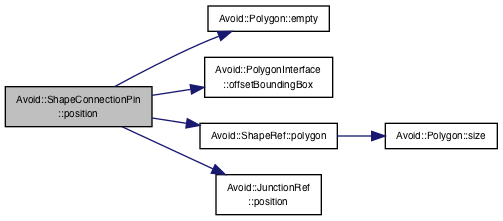
Above: documentation/classAvoid_1_1ShapeConnectionPin_a68fb685af93fee972b116334b0d314fa_cgraph.png in mjwybrow/adaptagrams (Graphviz), before the change. Its source is kept beside it as documentation/classAvoid_1_1ShapeConnectionPin_a68fb685af93fee972b116334b0d314fa_cgraph.dot.
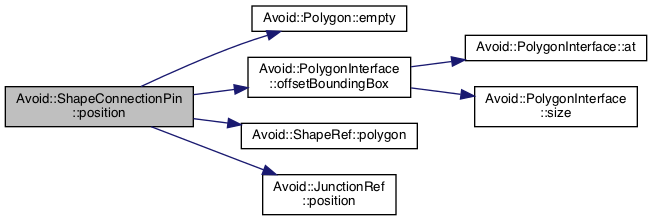
Later version of the same file.

Diff of the diagram source:
```diff
@@ -3,15 +3,17 @@
   edge [fontname="Helvetica",fontsize="10",labelfontname="Helvetica",labelfontsize="10"];
   node [fontname="Helvetica",fontsize="10",shape=record];
   rankdir="LR";
-  Node38 [label="Avoid::ShapeConnectionPin\l::position",height=0.2,width=0.4,color="black", fillcolor="grey75", style="filled", fontcolor="black"];
-  Node38 -> Node39 [color="midnightblue",fontsize="10",style="solid",fontname="Helvetica"];
-  Node39 [label="Avoid::Polygon::empty",height=0.2,width=0.4,color="black", fillcolor="white", style="filled",URL="$classAvoid_1_1Polygon.html#a477d0e8e93509d7955d1f4b4ca0abb0d",tooltip="Returns true if this polygon is empty. "];
-  Node38 -> Node40 [color="midnightblue",fontsize="10",style="solid",fontname="Helvetica"];
-  Node40 [label="Avoid::PolygonInterface\l::offsetBoundingBox",height=0.2,width=0.4,color="black", fillcolor="white", style="filled",URL="$classAvoid_1_1PolygonInterface.html#af10740857ee9fd5f9dedfb71a9b42630",tooltip="Returns the bounding rectangle that contains this polygon with optionally some buffer space around it..."];
-  Node38 -> Node41 [color="midnightblue",fontsize="10",style="solid",fontname="Helvetica"];
-  Node41 [label="Avoid::ShapeRef::polygon",height=0.2,width=0.4,color="black", fillcolor="white", style="filled",URL="$classAvoid_1_1ShapeRef.html#aa0a5e8382c7674933e09207bc6e47564",tooltip="Returns a reference to the polygon boundary of this shape. "];
-  Node41 -> Node42 [color="midnightblue",fontsize="10",style="solid",fontname="Helvetica"];
-  Node42 [label="Avoid::Polygon::size",height=0.2,width=0.4,color="black", fillcolor="white", style="filled",URL="$classAvoid_1_1Polygon.html#a2f9e9c8c78407eefbde944e663d9711e",tooltip="Returns the number of points in this polygon. "];
-  Node38 -> Node43 [color="midnightblue",fontsize="10",style="solid",fontname="Helvetica"];
-  Node43 [label="Avoid::JunctionRef\l::position",height=0.2,width=0.4,color="black", fillcolor="white", style="filled",URL="$classAvoid_1_1JunctionRef.html#af66cab7216d077ac124674c7c5f08e05",tooltip="Returns the position of this junction. "];
+  Node10 [label="Avoid::ShapeConnectionPin\l::position",height=0.2,width=0.4,color="black", fillcolor="grey75", style="filled", fontcolor="black"];
+  Node10 -> Node11 [color="midnightblue",fontsize="10",style="solid",fontname="Helvetica"];
+  Node11 [label="Avoid::Polygon::empty",height=0.2,width=0.4,color="black", fillcolor="white", style="filled",URL="$classAvoid_1_1Polygon.html#a477d0e8e93509d7955d1f4b4ca0abb0d",tooltip="Returns true if this polygon is empty. "];
+  Node10 -> Node12 [color="midnightblue",fontsize="10",style="solid",fontname="Helvetica"];
+  Node12 [label="Avoid::PolygonInterface\l::offsetBoundingBox",height=0.2,width=0.4,color="black", fillcolor="white", style="filled",URL="$classAvoid_1_1PolygonInterface.html#af10740857ee9fd5f9dedfb71a9b42630",tooltip="Returns the bounding rectangle that contains this polygon with optionally some buffer space around it..."];
+  Node12 -> Node13 [color="midnightblue",fontsize="10",style="solid",fontname="Helvetica"];
+  Node13 [label="Avoid::PolygonInterface::at",height=0.2,width=0.4,color="black", fillcolor="white", style="filled",URL="$classAvoid_1_1PolygonInterface.html#ad85cc8c5e376b8b01ca37e9684b4de71",tooltip="Returns a specific point in the polygon. "];
+  Node12 -> Node14 [color="midnightblue",fontsize="10",style="solid",fontname="Helvetica"];
+  Node14 [label="Avoid::PolygonInterface\l::size",height=0.2,width=0.4,color="black", fillcolor="white", style="filled",URL="$classAvoid_1_1PolygonInterface.html#ac9ce0706613e5870e5e7136d147673f6",tooltip="Returns the number of points in this polygon. "];
+  Node10 -> Node15 [color="midnightblue",fontsize="10",style="solid",fontname="Helvetica"];
+  Node15 [label="Avoid::ShapeRef::polygon",height=0.2,width=0.4,color="black", fillcolor="white", style="filled",URL="$classAvoid_1_1ShapeRef.html#aa0a5e8382c7674933e09207bc6e47564",tooltip="Returns a reference to the polygon boundary of this shape. "];
+  Node10 -> Node16 [color="midnightblue",fontsize="10",style="solid",fontname="Helvetica"];
+  Node16 [label="Avoid::JunctionRef\l::position",height=0.2,width=0.4,color="black", fillcolor="white", style="filled",URL="$classAvoid_1_1JunctionRef.html#af66cab7216d077ac124674c7c5f08e05",tooltip="Returns the position of this junction. "];
 }
```
